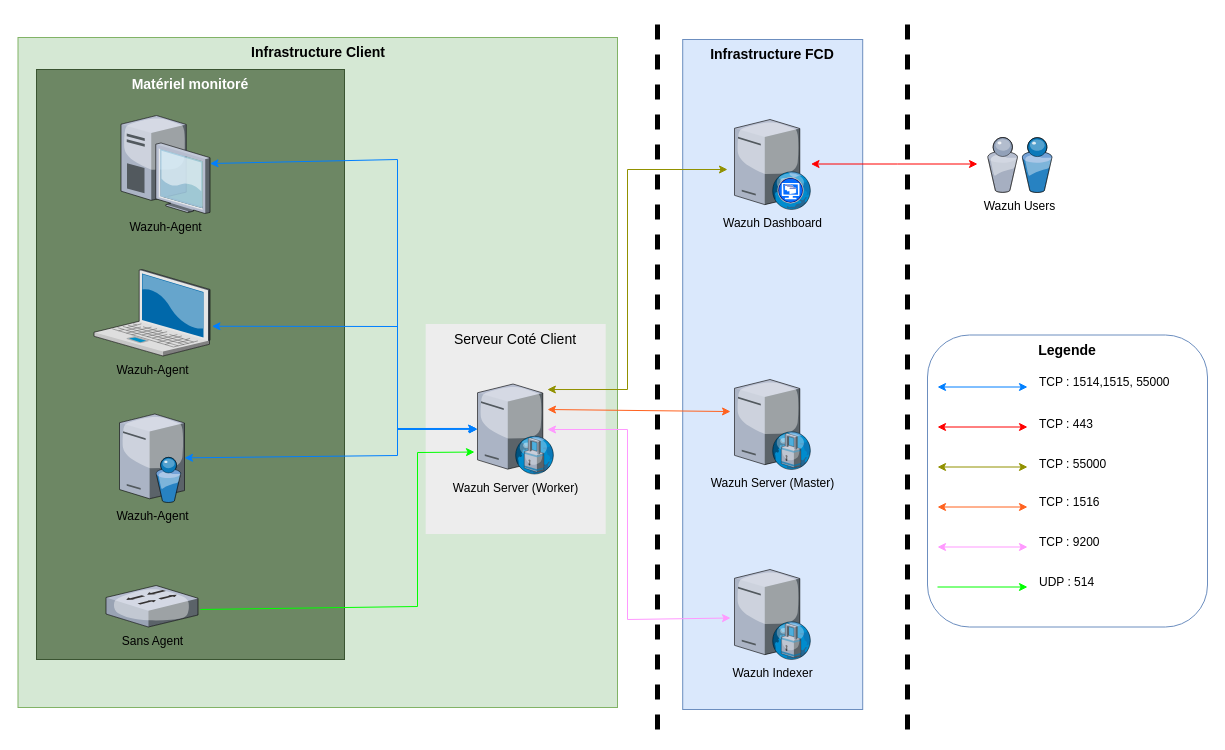
Earlier version of the draw.io diagram Wazuh coté client.drawio (Melfice60/Wazuh). Source tidied: cells renumbered, new cells numbered last; positions are measured from the earlier drawing's top-left corner, leaving out a move shared by most shapes. Both pictures are drawn from the tidied source at 100%, with x=0, y=0 at pixel (17, 19).
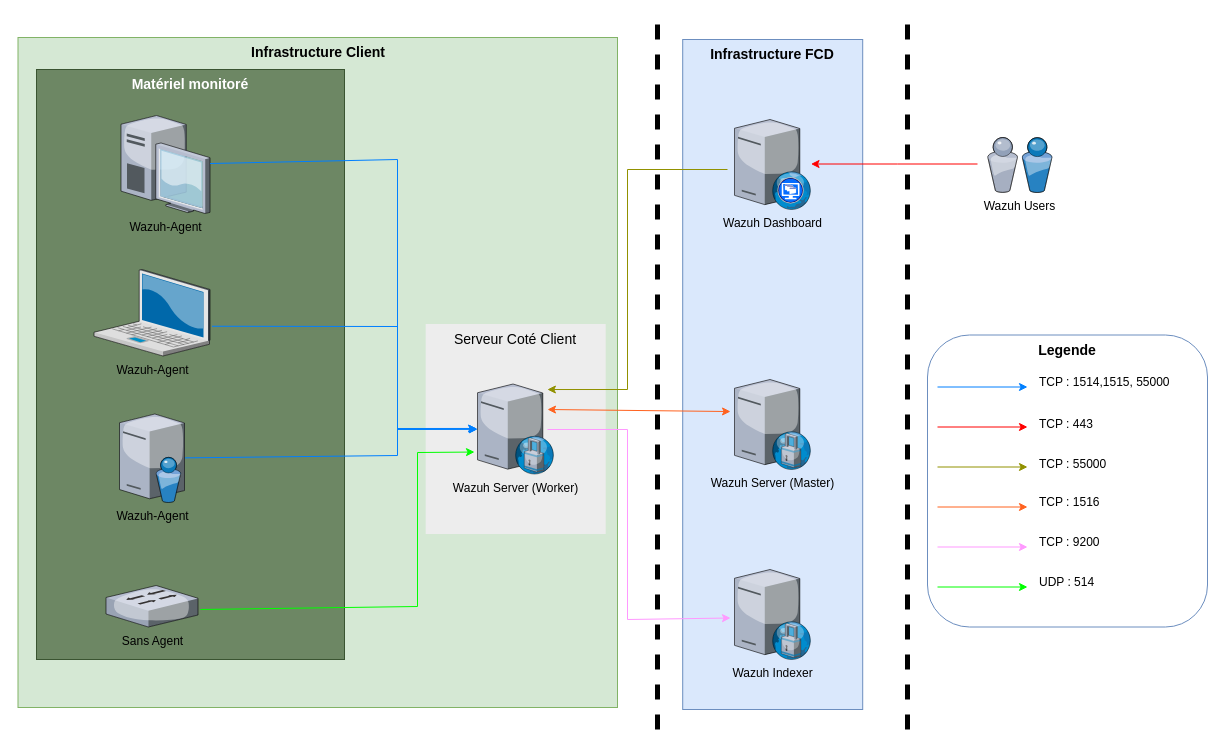
After the change.

Commit message:
Mettre à jour Wazuh coté client.drawio

The change refers to these unchanged cells:
```xml
<mxCell id="4" value="&lt;div&gt;Serveur Coté Client&lt;/div&gt;" style="whiteSpace=wrap;html=1;fillColor=#EDEDED;fontSize=14;strokeColor=none;verticalAlign=top;" parent="1" vertex="1">
  <mxGeometry x="408.2" y="304.5" width="180" height="210" as="geometry" />
</mxCell>
<mxCell id="6" value="&lt;div style=&quot;font-size: 12px;&quot;&gt;&lt;font style=&quot;font-size: 12px;&quot;&gt;Wazuh-Agent&lt;/font&gt;&lt;/div&gt;&lt;div style=&quot;font-size: 12px;&quot;&gt;&lt;font style=&quot;font-size: 12px;&quot;&gt;&lt;br&gt;&lt;/font&gt;&lt;/div&gt;" style="verticalLabelPosition=bottom;html=1;verticalAlign=top;strokeColor=none;shape=mxgraph.citrix.laptop_2;fillColor=#66B2FF;gradientColor=#0066CC;fontSize=14;" parent="1" vertex="1">
  <mxGeometry x="76.5" y="250" width="116" height="86.5" as="geometry" />
</mxCell>
<mxCell id="7" value="Wazuh-Agent" style="verticalLabelPosition=bottom;html=1;verticalAlign=top;strokeColor=none;shape=mxgraph.citrix.desktop;fillColor=#66B2FF;gradientColor=#0066CC;fontSize=12;" parent="1" vertex="1">
  <mxGeometry x="103.5" y="96" width="89" height="98" as="geometry" />
</mxCell>
<mxCell id="8" value="&lt;div style=&quot;font-size: 12px;&quot;&gt;Wazuh Server (Worker)&lt;/div&gt;" style="verticalLabelPosition=bottom;html=1;verticalAlign=top;strokeColor=none;shape=mxgraph.citrix.proxy_server;fillColor=#66B2FF;gradientColor=#0066CC;fontSize=12;" parent="1" vertex="1">
  <mxGeometry x="460" y="364.5" width="76.5" height="90" as="geometry" />
</mxCell>
<mxCell id="13" value="Wazuh-Agent" style="verticalLabelPosition=bottom;sketch=0;html=1;verticalAlign=top;strokeColor=none;align=center;outlineConnect=0;shape=mxgraph.citrix.directory_server;" parent="1" vertex="1">
  <mxGeometry x="102" y="394.5" width="65" height="88.5" as="geometry" />
</mxCell>
<mxCell id="17" value="&lt;div style=&quot;font-size: 12px;&quot;&gt;Wazuh Indexer&lt;/div&gt;" style="verticalLabelPosition=bottom;html=1;verticalAlign=top;strokeColor=none;shape=mxgraph.citrix.proxy_server;fillColor=#66B2FF;gradientColor=#0066CC;fontSize=12;" parent="1" vertex="1">
  <mxGeometry x="717" y="550" width="76.5" height="90" as="geometry" />
</mxCell>
```

Diff of the diagram source:
```diff
@@
-    <mxCell id="9" style="endArrow=classic;startArrow=classic;html=1;rounded=0;fontColor=#007FFF;strokeColor=#007FFF;" parent="1" edge="1" source="7" target="8">
+    <mxCell id="9" style="endArrow=classic;startArrow=none;html=1;rounded=0;fontColor=#007FFF;strokeColor=#007FFF;startFill=0;" parent="1" edge="1" source="7" target="8">
       <mxGeometry relative="1" as="geometry">
         <Array as="points">
           <mxPoint x="380" y="140" />
           <mxPoint x="380" y="410" />
         </Array>
       </mxGeometry>
     </mxCell>
-    <mxCell id="10" style="endArrow=classic;startArrow=classic;html=1;rounded=0;exitX=1.017;exitY=0.656;exitDx=0;exitDy=0;exitPerimeter=0;fontColor=#007FFF;strokeColor=#007FFF;" parent="1" edge="1" source="6" target="8">
+    <mxCell id="10" style="endArrow=classic;startArrow=none;html=1;rounded=0;exitX=1.017;exitY=0.656;exitDx=0;exitDy=0;exitPerimeter=0;fontColor=#007FFF;strokeColor=#007FFF;startFill=0;" parent="1" edge="1" source="6" target="8">
       <mxGeometry relative="1" as="geometry">
         <Array as="points">
           <mxPoint x="380" y="307" />
           <mxPoint x="380" y="410" />
         </Array>
       </mxGeometry>
     </mxCell>
@@
-    <mxCell id="12" style="endArrow=classic;startArrow=classic;html=1;rounded=0;entryX=-0.013;entryY=0.494;entryDx=0;entryDy=0;entryPerimeter=0;fontColor=#007FFF;strokeColor=#007FFF;" parent="1" edge="1" source="13" target="8">
+    <mxCell id="12" style="endArrow=classic;startArrow=none;html=1;rounded=0;entryX=-0.013;entryY=0.494;entryDx=0;entryDy=0;entryPerimeter=0;fontColor=#007FFF;strokeColor=#007FFF;startFill=0;" parent="1" edge="1" source="13" target="8">
       <mxGeometry relative="1" as="geometry">
         <Array as="points">
           <mxPoint x="380" y="436" />
           <mxPoint x="380" y="409" />
         </Array>
       </mxGeometry>
     </mxCell>
@@
-    <mxCell id="18" style="endArrow=classic;startArrow=classic;html=1;rounded=0;fillColor=#e1d5e7;strokeColor=#FF99FF;entryX=-0.052;entryY=0.539;entryDx=0;entryDy=0;entryPerimeter=0;" parent="1" edge="1" target="17">
+    <mxCell id="18" style="endArrow=classic;startArrow=none;html=1;rounded=0;fillColor=#e1d5e7;strokeColor=#FF99FF;entryX=-0.052;entryY=0.539;entryDx=0;entryDy=0;entryPerimeter=0;startFill=0;" parent="1" edge="1" target="17">
       <mxGeometry relative="1" as="geometry">
         <mxPoint x="530" y="410" as="sourcePoint" />
         <Array as="points">
           <mxPoint x="610" y="410" />
           <mxPoint x="610" y="600" />
         </Array>
       </mxGeometry>
     </mxCell>
@@
-    <mxCell id="20" style="endArrow=classic;startArrow=classic;html=1;rounded=0;strokeColor=#FF0000;" parent="1" edge="1">
+    <mxCell id="20" style="endArrow=classic;startArrow=none;html=1;rounded=0;strokeColor=#FF0000;startFill=0;endFill=1;" parent="1" edge="1">
       <mxGeometry relative="1" as="geometry">
         <mxPoint x="960" y="144.5" as="sourcePoint" />
         <mxPoint x="793.5" y="144.5" as="targetPoint" />
         <Array as="points">
           <mxPoint x="880" y="144.5" />
         </Array>
       </mxGeometry>
     </mxCell>
-    <mxCell id="21" style="endArrow=classic;startArrow=classic;html=1;rounded=0;entryX=0.676;entryY=0.312;entryDx=0;entryDy=0;entryPerimeter=0;strokeColor=#919100;" parent="1" edge="1" target="4">
+    <mxCell id="21" style="endArrow=classic;startArrow=none;html=1;rounded=0;entryX=0.676;entryY=0.312;entryDx=0;entryDy=0;entryPerimeter=0;strokeColor=#919100;endFill=1;startFill=0;" parent="1" edge="1" target="4">
       <mxGeometry relative="1" as="geometry">
         <mxPoint x="710" y="150" as="sourcePoint" />
         <Array as="points">
           <mxPoint x="610" y="150" />
           <mxPoint x="610" y="370" />
         </Array>
       </mxGeometry>
     </mxCell>
@@
-    <mxCell id="23" style="endArrow=classic;startArrow=classic;html=1;rounded=0;fontColor=#007FFF;strokeColor=#007FFF;" parent="1" edge="1">
+    <mxCell id="23" style="endArrow=classic;startArrow=none;html=1;rounded=0;fontColor=#007FFF;strokeColor=#007FFF;startFill=0;" parent="1" edge="1">
       <mxGeometry relative="1" as="geometry">
         <mxPoint x="920" y="367.5" as="sourcePoint" />
         <mxPoint x="1010" y="367.5" as="targetPoint" />
       </mxGeometry>
     </mxCell>
-    <mxCell id="24" style="endArrow=classic;startArrow=classic;html=1;rounded=0;fontColor=#007FFF;strokeColor=#FF0000;" parent="1" edge="1">
+    <mxCell id="24" style="endArrow=classic;startArrow=none;html=1;rounded=0;fontColor=#007FFF;strokeColor=#FF0000;startFill=0;" parent="1" edge="1">
       <mxGeometry relative="1" as="geometry">
         <mxPoint x="920" y="407.5" as="sourcePoint" />
         <mxPoint x="1010" y="407.5" as="targetPoint" />
       </mxGeometry>
     </mxCell>
-    <mxCell id="25" style="endArrow=classic;startArrow=classic;html=1;rounded=0;fontColor=#007FFF;strokeColor=#919100;" parent="1" edge="1">
+    <mxCell id="25" style="endArrow=classic;startArrow=none;html=1;rounded=0;fontColor=#007FFF;strokeColor=#919100;startFill=0;" parent="1" edge="1">
       <mxGeometry relative="1" as="geometry">
         <mxPoint x="920" y="447.5" as="sourcePoint" />
         <mxPoint x="1010" y="447.5" as="targetPoint" />
       </mxGeometry>
     </mxCell>
-    <mxCell id="26" style="endArrow=classic;startArrow=classic;html=1;rounded=0;fontColor=#007FFF;strokeColor=#FF621F;" parent="1" edge="1">
+    <mxCell id="26" style="endArrow=classic;startArrow=none;html=1;rounded=0;fontColor=#007FFF;strokeColor=#FF621F;startFill=0;" parent="1" edge="1">
       <mxGeometry relative="1" as="geometry">
         <mxPoint x="920" y="487.5" as="sourcePoint" />
         <mxPoint x="1010" y="487.5" as="targetPoint" />
       </mxGeometry>
     </mxCell>
-    <mxCell id="27" style="endArrow=classic;startArrow=classic;html=1;rounded=0;fontColor=#007FFF;strokeColor=#FF99FF;" parent="1" edge="1">
+    <mxCell id="27" style="endArrow=classic;startArrow=none;html=1;rounded=0;fontColor=#007FFF;strokeColor=#FF99FF;startFill=0;" parent="1" edge="1">
       <mxGeometry relative="1" as="geometry">
         <mxPoint x="920" y="527.5" as="sourcePoint" />
         <mxPoint x="1010" y="527.5" as="targetPoint" />
       </mxGeometry>
     </mxCell>
```
